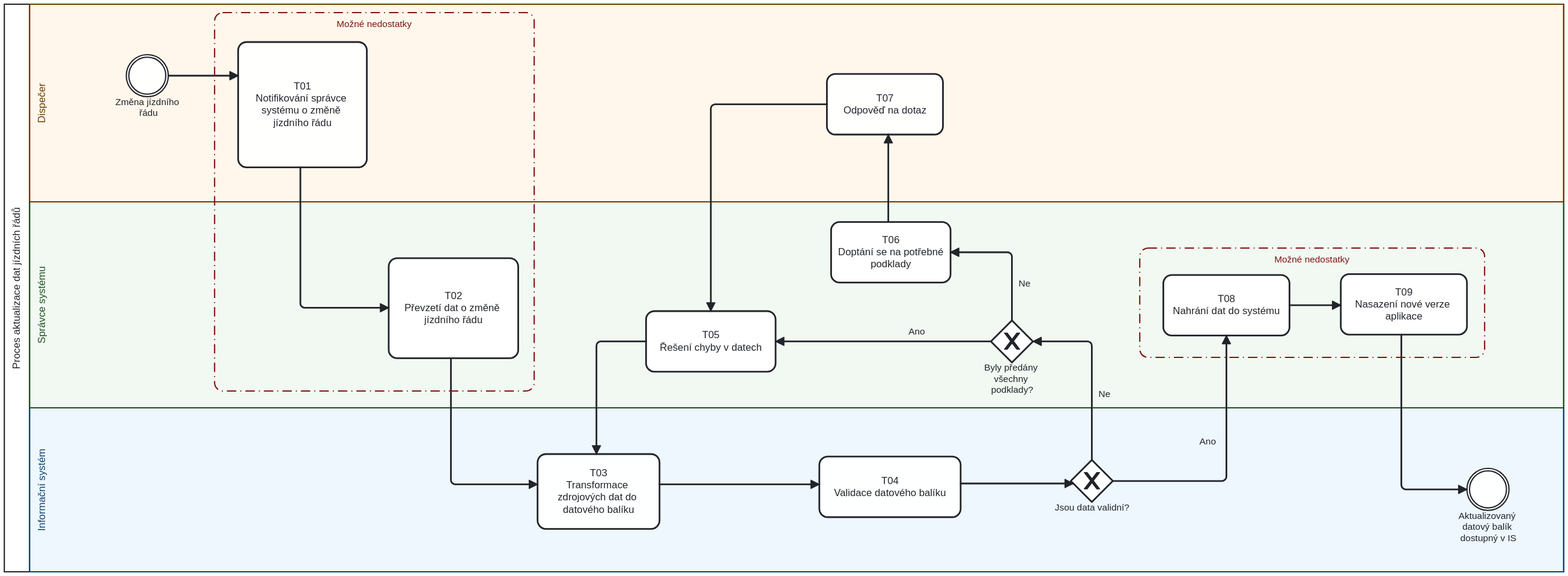
Before: images/Pr1 Aktualizace dat jízdních řádů.svg, a diagram exported from BPMN (StrangerTwo/bachelor-thesis). Its source is kept beside it as images/Pr1 Aktualizace dat jízdních řádů.bpmn. Ids are renumbered.
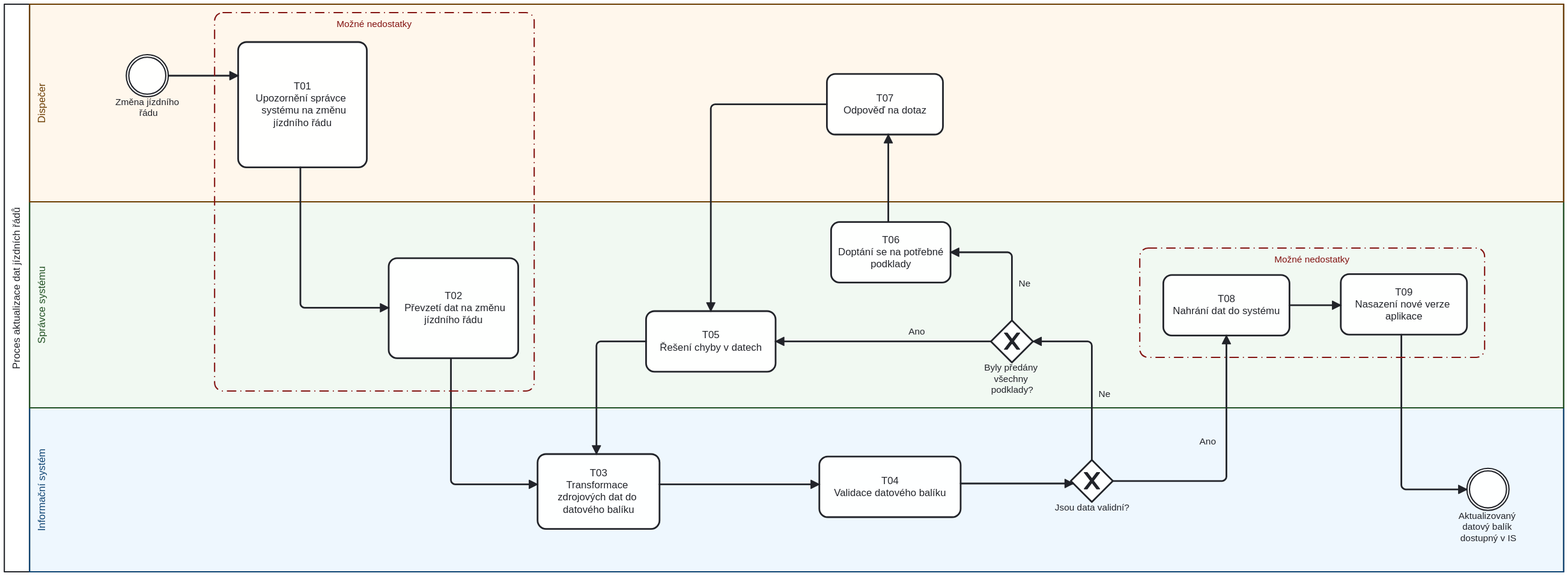
After the commit.

Change to the diagram source:
```diff
@@ -1,5 +1,14 @@
-<definitions xmlns="http://www.omg.org/spec/BPMN/20100524/MODEL" xmlns:bpmndi="http://www.omg.org/spec/BPMN/20100524/DI" xmlns:di="http://www.omg.org/spec/DD/20100524/DI" xmlns:dc="http://www.omg.org/spec/DD/20100524/DC" xmlns:bioc="http://bpmn.io/schema/bpmn/biocolor/1.0" xmlns:color="http://www.omg.org/spec/BPMN/non-normative/color/1.0" id="Definitions_Online_Order_Fulfillment" targetNamespace="http://example.com/bpmn" exporter="bpmn-js (https://demo.bpmn.io)" exporterVersion="18.13.1">
+<definitions xmlns="http://www.omg.org/spec/BPMN/20100524/MODEL"
+  xmlns:bpmndi="http://www.omg.org/spec/BPMN/20100524/DI"
+  xmlns:di="http://www.omg.org/spec/DD/20100524/DI"
+  xmlns:dc="http://www.omg.org/spec/DD/20100524/DC"
+  xmlns:bioc="http://bpmn.io/schema/bpmn/biocolor/1.0"
+  xmlns:color="http://www.omg.org/spec/BPMN/non-normative/color/1.0"
+  id="Definitions_Online_Order_Fulfillment" targetNamespace="http://example.com/bpmn"
+  exporter="bpmn-js (https://demo.bpmn.io)" exporterVersion="18.13.1">
   <message id="Message_Online_Order_Fulfillment" name="Online Order Fulfillment" />
   <collaboration id="Collaboration_Online_Order_Fulfillment">
-    <participant id="Participant_Proces_aktualizace_dat_j_zdn_ch___d_" name="Proces aktualizace dat jízdních řádů" processRef="Process_Proces_aktualizace_dat_j_zdn_ch___d_" />
+    <participant id="Participant_Proces_aktualizace_dat_j_zdn_ch___d_"
+      name="Proces aktualizace dat jízdních řádů"
+      processRef="Process_Proces_aktualizace_dat_j_zdn_ch___d_" />
     <group id="Group_n1" categoryValueRef="CategoryValue_n2" />
@@ -30,19 +39,46 @@
     <intermediateCatchEvent id="Zm_na_j_zdn_ho___du" name="Změna jízdního řádu" />
-    <sequenceFlow id="Flow_rel-Zm_na_j_zdn_ho___du-Informov_n__spr_vce_syst_mu_o_zm_n__j_zdn_ch___d_-forward" sourceRef="Zm_na_j_zdn_ho___du" targetRef="Informov_n__spr_vce_syst_mu_o_zm_n__j_zdn_ch___d_" />
-    <sequenceFlow id="Flow_rel-Informov_n__spr_vce_syst_mu_o_zm_n__j_zdn_ch___d_-P_evzet__informace_o_zm_n__j_zdn_ho___du-forward" sourceRef="Informov_n__spr_vce_syst_mu_o_zm_n__j_zdn_ch___d_" targetRef="P_evzet__informace_o_zm_n__j_zdn_ho___du" />
-    <sequenceFlow id="Flow_rel-P_evzet__informace_o_zm_n__j_zdn_ho___du-Transformace_zdrojov_ch_dat_j_zdn_ho___du-forward" sourceRef="P_evzet__informace_o_zm_n__j_zdn_ho___du" targetRef="Transformace_zdrojov_ch_dat_j_zdn_ho___du" />
-    <sequenceFlow id="Flow_rel-Transformace_zdrojov_ch_dat_j_zdn_ho___du-Validace_transformovan_ch_dat-forward" sourceRef="Transformace_zdrojov_ch_dat_j_zdn_ho___du" targetRef="Validace_transformovan_ch_dat" />
-    <sequenceFlow id="Flow_rel-Validace_transformovan_ch_dat-Jsou_data_validn__-forward" sourceRef="Validace_transformovan_ch_dat" targetRef="Jsou_data_validn__" />
-    <sequenceFlow id="Flow_rel-Jsou_data_validn__-Ru_n__kontrola_v_stupn_ch_dat-forward-Ano" name="Ano" sourceRef="Jsou_data_validn__" targetRef="Nahr_n__dat_do_syst_mu" />
-    <sequenceFlow id="Flow_rel-Nahr_n__dat_do_syst_mu-Nasazen__nov__verze_aplikace-forward" sourceRef="Nahr_n__dat_do_syst_mu" targetRef="Nasazen__nov__verze_aplikace" />
-    <sequenceFlow id="Flow_rel-Nasazen__nov__verze_aplikace-Aktualizovan__data_j_zdn_ch___d__dostupn__v_IS-forward" sourceRef="Nasazen__nov__verze_aplikace" targetRef="Aktualizovan__data_j_zdn_ch___d__dostupn__v_IS" />
-    <sequenceFlow id="Flow_rel-Jsou_data_validn__-Byli_p_ed_ny_v_echny_informace_-forward-Ne" name="Ne" sourceRef="Jsou_data_validn__" targetRef="Byli_p_ed_ny_v_echny_informace_" />
-    <sequenceFlow id="Flow_rel-_e_en__chyby_v_datech-Transformace_zdrojov_ch_dat_j_zdn_ho___du-forward" sourceRef="ID__e_en__chyby_v_datech" targetRef="Transformace_zdrojov_ch_dat_j_zdn_ho___du" />
-    <sequenceFlow id="Flow_rel-Byli_p_ed_ny_v_echny_informace_-_e_en__chyby_v_datech-forward-Ano" name="Ano" sourceRef="Byli_p_ed_ny_v_echny_informace_" targetRef="ID__e_en__chyby_v_datech" />
-    <sequenceFlow id="Flow_rel-Byli_p_ed_ny_v_echny_informace_-Dopt_n__se_na_informace-forward-Ne" name="Ne" sourceRef="Byli_p_ed_ny_v_echny_informace_" targetRef="Dopt_n__se_na_informace" />
-    <sequenceFlow id="Flow_rel-Dopt_n__se_na_informace-Odpov___na_dotaz-forward" sourceRef="Dopt_n__se_na_informace" targetRef="Odpov___na_dotaz" />
-    <sequenceFlow id="Flow_rel-Odpov___na_dotaz-_e_en__chyby_v_datech-forward" sourceRef="Odpov___na_dotaz" targetRef="ID__e_en__chyby_v_datech" />
-    <task id="Informov_n__spr_vce_syst_mu_o_zm_n__j_zdn_ch___d_" name="T01&#10;Notifikování správce systému o změně jízdního řádu" />
-    <task id="P_evzet__informace_o_zm_n__j_zdn_ho___du" name="T02&#10;Převzetí dat o změně jízdního řádu" />
-    <task id="Transformace_zdrojov_ch_dat_j_zdn_ho___du" name="T03&#10;Transformace zdrojových dat do datového balíku" />
+    <sequenceFlow
+      id="Flow_rel-Zm_na_j_zdn_ho___du-Informov_n__spr_vce_syst_mu_o_zm_n__j_zdn_ch___d_-forward"
+      sourceRef="Zm_na_j_zdn_ho___du" targetRef="Informov_n__spr_vce_syst_mu_o_zm_n__j_zdn_ch___d_" />
+    <sequenceFlow
+      id="Flow_rel-Informov_n__spr_vce_syst_mu_o_zm_n__j_zdn_ch___d_-P_evzet__informace_o_zm_n__j_zdn_ho___du-forward"
+      sourceRef="Informov_n__spr_vce_syst_mu_o_zm_n__j_zdn_ch___d_"
+      targetRef="P_evzet__informace_o_zm_n__j_zdn_ho___du" />
+    <sequenceFlow
+      id="Flow_rel-P_evzet__informace_o_zm_n__j_zdn_ho___du-Transformace_zdrojov_ch_dat_j_zdn_ho___du-forward"
+      sourceRef="P_evzet__informace_o_zm_n__j_zdn_ho___du"
+      targetRef="Transformace_zdrojov_ch_dat_j_zdn_ho___du" />
+    <sequenceFlow
+      id="Flow_rel-Transformace_zdrojov_ch_dat_j_zdn_ho___du-Validace_transformovan_ch_dat-forward"
+      sourceRef="Transformace_zdrojov_ch_dat_j_zdn_ho___du"
+      targetRef="Validace_transformovan_ch_dat" />
+    <sequenceFlow id="Flow_rel-Validace_transformovan_ch_dat-Jsou_data_validn__-forward"
+      sourceRef="Validace_transformovan_ch_dat" targetRef="Jsou_data_validn__" />
+    <sequenceFlow id="Flow_rel-Jsou_data_validn__-Ru_n__kontrola_v_stupn_ch_dat-forward-Ano"
+      name="Ano" sourceRef="Jsou_data_validn__" targetRef="Nahr_n__dat_do_syst_mu" />
+    <sequenceFlow id="Flow_rel-Nahr_n__dat_do_syst_mu-Nasazen__nov__verze_aplikace-forward"
+      sourceRef="Nahr_n__dat_do_syst_mu" targetRef="Nasazen__nov__verze_aplikace" />
+    <sequenceFlow
+      id="Flow_rel-Nasazen__nov__verze_aplikace-Aktualizovan__data_j_zdn_ch___d__dostupn__v_IS-forward"
+      sourceRef="Nasazen__nov__verze_aplikace"
+      targetRef="Aktualizovan__data_j_zdn_ch___d__dostupn__v_IS" />
+    <sequenceFlow id="Flow_rel-Jsou_data_validn__-Byli_p_ed_ny_v_echny_informace_-forward-Ne"
+      name="Ne" sourceRef="Jsou_data_validn__" targetRef="Byli_p_ed_ny_v_echny_informace_" />
+    <sequenceFlow
+      id="Flow_rel-_e_en__chyby_v_datech-Transformace_zdrojov_ch_dat_j_zdn_ho___du-forward"
+      sourceRef="ID__e_en__chyby_v_datech" targetRef="Transformace_zdrojov_ch_dat_j_zdn_ho___du" />
+    <sequenceFlow id="Flow_rel-Byli_p_ed_ny_v_echny_informace_-_e_en__chyby_v_datech-forward-Ano"
+      name="Ano" sourceRef="Byli_p_ed_ny_v_echny_informace_" targetRef="ID__e_en__chyby_v_datech" />
+    <sequenceFlow id="Flow_rel-Byli_p_ed_ny_v_echny_informace_-Dopt_n__se_na_informace-forward-Ne"
+      name="Ne" sourceRef="Byli_p_ed_ny_v_echny_informace_" targetRef="Dopt_n__se_na_informace" />
+    <sequenceFlow id="Flow_rel-Dopt_n__se_na_informace-Odpov___na_dotaz-forward"
+      sourceRef="Dopt_n__se_na_informace" targetRef="Odpov___na_dotaz" />
+    <sequenceFlow id="Flow_rel-Odpov___na_dotaz-_e_en__chyby_v_datech-forward"
+      sourceRef="Odpov___na_dotaz" targetRef="ID__e_en__chyby_v_datech" />
+    <task id="Informov_n__spr_vce_syst_mu_o_zm_n__j_zdn_ch___d_"
+      name="T01&#10;Upozornění správce systému na změnu jízdního řádu" />
+    <task id="P_evzet__informace_o_zm_n__j_zdn_ho___du"
+      name="T02&#10;Převzetí dat na změnu jízdního řádu" />
+    <task id="Transformace_zdrojov_ch_dat_j_zdn_ho___du"
+      name="T03&#10;Transformace zdrojových dat do datového balíku" />
     <task id="ID__e_en__chyby_v_datech" name="T05&#10;Řešení chyby v datech" />
@@ -56,3 +92,4 @@
     <task id="Nasazen__nov__verze_aplikace" name="T09&#10;Nasazení nové verze aplikace" />
-    <intermediateCatchEvent id="Aktualizovan__data_j_zdn_ch___d__dostupn__v_IS" name="Aktualizovaný datový balík dostupný v IS" />
+    <intermediateCatchEvent id="Aktualizovan__data_j_zdn_ch___d__dostupn__v_IS"
+      name="Aktualizovaný datový balík dostupný v IS" />
     <task id="Validace_transformovan_ch_dat" name="T04&#10;Validace datového balíku" />
@@ -67,3 +104,4 @@
     <bpmndi:BPMNPlane id="BPMNPlane_1" bpmnElement="Collaboration_Online_Order_Fulfillment">
-      <bpmndi:BPMNShape id="Participant_Proces_aktualizace_dat_j_zdn_ch___d__di" bpmnElement="Participant_Proces_aktualizace_dat_j_zdn_ch___d_" isHorizontal="true">
+      <bpmndi:BPMNShape id="Participant_Proces_aktualizace_dat_j_zdn_ch___d__di"
+        bpmnElement="Participant_Proces_aktualizace_dat_j_zdn_ch___d_" isHorizontal="true">
         <dc:Bounds x="130" y="60" width="1854" height="675" />
@@ -71,9 +109,15 @@
       </bpmndi:BPMNShape>
-      <bpmndi:BPMNShape id="LaneShape_Informa_n__syst_m" bpmnElement="Lane_Informa_n__syst_m" isHorizontal="true" bioc:stroke="#0d4372" bioc:fill="#bbdefb" color:background-color="#bbdefb" color:border-color="#0d4372">
+      <bpmndi:BPMNShape id="LaneShape_Informa_n__syst_m" bpmnElement="Lane_Informa_n__syst_m"
+        isHorizontal="true" bioc:stroke="#0d4372" bioc:fill="#bbdefb"
+        color:background-color="#bbdefb" color:border-color="#0d4372">
         <dc:Bounds x="160" y="540" width="1824" height="195" />
       </bpmndi:BPMNShape>
-      <bpmndi:BPMNShape id="LaneShape_Spr_vce_syst_mu" bpmnElement="Lane_Spr_vce_syst_mu" isHorizontal="true" bioc:stroke="#205022" bioc:fill="#c8e6c9" color:background-color="#c8e6c9" color:border-color="#205022">
+      <bpmndi:BPMNShape id="LaneShape_Spr_vce_syst_mu" bpmnElement="Lane_Spr_vce_syst_mu"
+        isHorizontal="true" bioc:stroke="#205022" bioc:fill="#c8e6c9"
+        color:background-color="#c8e6c9" color:border-color="#205022">
         <dc:Bounds x="160" y="295" width="1824" height="245" />
       </bpmndi:BPMNShape>
-      <bpmndi:BPMNShape id="LaneShape_Dopravce" bpmnElement="Lane_Dopravce" isHorizontal="true" bioc:stroke="#6b3c00" bioc:fill="#ffe0b2" color:background-color="#ffe0b2" color:border-color="#6b3c00">
+      <bpmndi:BPMNShape id="LaneShape_Dopravce" bpmnElement="Lane_Dopravce" isHorizontal="true"
+        bioc:stroke="#6b3c00" bioc:fill="#ffe0b2" color:background-color="#ffe0b2"
+        color:border-color="#6b3c00">
         <dc:Bounds x="160" y="60" width="1824" height="235" />
@@ -87,3 +131,4 @@
       </bpmndi:BPMNShape>
-      <bpmndi:BPMNShape id="Shape_Informov_n__spr_vce_syst_mu_o_zm_n__j_zdn_ch___d_" bpmnElement="Informov_n__spr_vce_syst_mu_o_zm_n__j_zdn_ch___d_">
+      <bpmndi:BPMNShape id="Shape_Informov_n__spr_vce_syst_mu_o_zm_n__j_zdn_ch___d_"
+        bpmnElement="Informov_n__spr_vce_syst_mu_o_zm_n__j_zdn_ch___d_">
         <dc:Bounds x="408" y="105" width="153" height="149" />
@@ -91,3 +136,4 @@
       </bpmndi:BPMNShape>
-      <bpmndi:BPMNShape id="Shape_P_evzet__informace_o_zm_n__j_zdn_ho___du" bpmnElement="P_evzet__informace_o_zm_n__j_zdn_ho___du">
+      <bpmndi:BPMNShape id="Shape_P_evzet__informace_o_zm_n__j_zdn_ho___du"
+        bpmnElement="P_evzet__informace_o_zm_n__j_zdn_ho___du">
         <dc:Bounds x="587" y="362" width="154" height="119" />
@@ -95,3 +141,4 @@
       </bpmndi:BPMNShape>
-      <bpmndi:BPMNShape id="Shape_Transformace_zdrojov_ch_dat_j_zdn_ho___du" bpmnElement="Transformace_zdrojov_ch_dat_j_zdn_ho___du">
+      <bpmndi:BPMNShape id="Shape_Transformace_zdrojov_ch_dat_j_zdn_ho___du"
+        bpmnElement="Transformace_zdrojov_ch_dat_j_zdn_ho___du">
         <dc:Bounds x="764" y="595" width="145" height="89" />
@@ -111,3 +158,4 @@
       </bpmndi:BPMNShape>
-      <bpmndi:BPMNShape id="Shape_Byli_p_ed_ny_v_echny_informace_" bpmnElement="Byli_p_ed_ny_v_echny_informace_" isMarkerVisible="true">
+      <bpmndi:BPMNShape id="Shape_Byli_p_ed_ny_v_echny_informace_"
+        bpmnElement="Byli_p_ed_ny_v_echny_informace_" isMarkerVisible="true">
         <dc:Bounds x="1303" y="436" width="50" height="50" />
@@ -117,3 +165,4 @@
       </bpmndi:BPMNShape>
-      <bpmndi:BPMNShape id="Shape_Jsou_data_validn__" bpmnElement="Jsou_data_validn__" isMarkerVisible="true">
+      <bpmndi:BPMNShape id="Shape_Jsou_data_validn__" bpmnElement="Jsou_data_validn__"
+        isMarkerVisible="true">
         <dc:Bounds x="1398" y="602" width="50" height="50" />
@@ -127,3 +176,4 @@
       </bpmndi:BPMNShape>
-      <bpmndi:BPMNShape id="Shape_Nasazen__nov__verze_aplikace" bpmnElement="Nasazen__nov__verze_aplikace">
+      <bpmndi:BPMNShape id="Shape_Nasazen__nov__verze_aplikace"
+        bpmnElement="Nasazen__nov__verze_aplikace">
         <dc:Bounds x="1719" y="381" width="150" height="72" />
@@ -131,3 +181,4 @@
       </bpmndi:BPMNShape>
-      <bpmndi:BPMNShape id="Shape_Aktualizovan__data_j_zdn_ch___d__dostupn__v_IS" bpmnElement="Aktualizovan__data_j_zdn_ch___d__dostupn__v_IS">
+      <bpmndi:BPMNShape id="Shape_Aktualizovan__data_j_zdn_ch___d__dostupn__v_IS"
+        bpmnElement="Aktualizovan__data_j_zdn_ch___d__dostupn__v_IS">
         <dc:Bounds x="1869" y="612" width="50" height="50" />
@@ -137,3 +188,4 @@
       </bpmndi:BPMNShape>
-      <bpmndi:BPMNShape id="Shape_Validace_transformovan_ch_dat" bpmnElement="Validace_transformovan_ch_dat">
+      <bpmndi:BPMNShape id="Shape_Validace_transformovan_ch_dat"
+        bpmnElement="Validace_transformovan_ch_dat">
         <dc:Bounds x="1099" y="598" width="168" height="72" />
@@ -141,3 +193,5 @@
       </bpmndi:BPMNShape>
-      <bpmndi:BPMNEdge id="Edge_Flow_rel-Zm_na_j_zdn_ho___du-Informov_n__spr_vce_syst_mu_o_zm_n__j_zdn_ch___d_-forward" bpmnElement="Flow_rel-Zm_na_j_zdn_ho___du-Informov_n__spr_vce_syst_mu_o_zm_n__j_zdn_ch___d_-forward">
+      <bpmndi:BPMNEdge
+        id="Edge_Flow_rel-Zm_na_j_zdn_ho___du-Informov_n__spr_vce_syst_mu_o_zm_n__j_zdn_ch___d_-forward"
+        bpmnElement="Flow_rel-Zm_na_j_zdn_ho___du-Informov_n__spr_vce_syst_mu_o_zm_n__j_zdn_ch___d_-forward">
         <di:waypoint x="325" y="145" />
@@ -145,3 +199,5 @@
       </bpmndi:BPMNEdge>
-      <bpmndi:BPMNEdge id="Edge_Flow_rel-Informov_n__spr_vce_syst_mu_o_zm_n__j_zdn_ch___d_-P_evzet__informace_o_zm_n__j_zdn_ho___du-forward" bpmnElement="Flow_rel-Informov_n__spr_vce_syst_mu_o_zm_n__j_zdn_ch___d_-P_evzet__informace_o_zm_n__j_zdn_ho___du-forward">
+      <bpmndi:BPMNEdge
+        id="Edge_Flow_rel-Informov_n__spr_vce_syst_mu_o_zm_n__j_zdn_ch___d_-P_evzet__informace_o_zm_n__j_zdn_ho___du-forward"
+        bpmnElement="Flow_rel-Informov_n__spr_vce_syst_mu_o_zm_n__j_zdn_ch___d_-P_evzet__informace_o_zm_n__j_zdn_ho___du-forward">
         <di:waypoint x="482" y="254" />
@@ -150,3 +206,5 @@
       </bpmndi:BPMNEdge>
-      <bpmndi:BPMNEdge id="Edge_Flow_rel-P_evzet__informace_o_zm_n__j_zdn_ho___du-Transformace_zdrojov_ch_dat_j_zdn_ho___du-forward" bpmnElement="Flow_rel-P_evzet__informace_o_zm_n__j_zdn_ho___du-Transformace_zdrojov_ch_dat_j_zdn_ho___du-forward">
+      <bpmndi:BPMNEdge
+        id="Edge_Flow_rel-P_evzet__informace_o_zm_n__j_zdn_ho___du-Transformace_zdrojov_ch_dat_j_zdn_ho___du-forward"
+        bpmnElement="Flow_rel-P_evzet__informace_o_zm_n__j_zdn_ho___du-Transformace_zdrojov_ch_dat_j_zdn_ho___du-forward">
         <di:waypoint x="661" y="481" />
@@ -155,3 +213,5 @@
       </bpmndi:BPMNEdge>
-      <bpmndi:BPMNEdge id="Edge_Flow_rel-Transformace_zdrojov_ch_dat_j_zdn_ho___du-Validace_transformovan_ch_dat-forward" bpmnElement="Flow_rel-Transformace_zdrojov_ch_dat_j_zdn_ho___du-Validace_transformovan_ch_dat-forward">
+      <bpmndi:BPMNEdge
+        id="Edge_Flow_rel-Transformace_zdrojov_ch_dat_j_zdn_ho___du-Validace_transformovan_ch_dat-forward"
+        bpmnElement="Flow_rel-Transformace_zdrojov_ch_dat_j_zdn_ho___du-Validace_transformovan_ch_dat-forward">
         <di:waypoint x="909" y="631" />
@@ -159,3 +219,4 @@
       </bpmndi:BPMNEdge>
-      <bpmndi:BPMNEdge id="Edge_Flow_rel-Validace_transformovan_ch_dat-Jsou_data_validn__-forward" bpmnElement="Flow_rel-Validace_transformovan_ch_dat-Jsou_data_validn__-forward">
+      <bpmndi:BPMNEdge id="Edge_Flow_rel-Validace_transformovan_ch_dat-Jsou_data_validn__-forward"
+        bpmnElement="Flow_rel-Validace_transformovan_ch_dat-Jsou_data_validn__-forward">
         <di:waypoint x="1267" y="630" />
@@ -163,3 +224,5 @@
       </bpmndi:BPMNEdge>
-      <bpmndi:BPMNEdge id="Edge_Flow_rel-Jsou_data_validn__-Ru_n__kontrola_v_stupn_ch_dat-forward-Ano" bpmnElement="Flow_rel-Jsou_data_validn__-Ru_n__kontrola_v_stupn_ch_dat-forward-Ano">
+      <bpmndi:BPMNEdge
+        id="Edge_Flow_rel-Jsou_data_validn__-Ru_n__kontrola_v_stupn_ch_dat-forward-Ano"
+        bpmnElement="Flow_rel-Jsou_data_validn__-Ru_n__kontrola_v_stupn_ch_dat-forward-Ano">
         <di:waypoint x="1448" y="627" />
@@ -171,3 +234,5 @@
       </bpmndi:BPMNEdge>
-      <bpmndi:BPMNEdge id="Edge_Flow_rel-Nahr_n__dat_do_syst_mu-Nasazen__nov__verze_aplikace-forward" bpmnElement="Flow_rel-Nahr_n__dat_do_syst_mu-Nasazen__nov__verze_aplikace-forward">
+      <bpmndi:BPMNEdge
+        id="Edge_Flow_rel-Nahr_n__dat_do_syst_mu-Nasazen__nov__verze_aplikace-forward"
+        bpmnElement="Flow_rel-Nahr_n__dat_do_syst_mu-Nasazen__nov__verze_aplikace-forward">
         <di:waypoint x="1658" y="418" />
@@ -175,3 +240,5 @@
       </bpmndi:BPMNEdge>
-      <bpmndi:BPMNEdge id="Edge_Flow_rel-Nasazen__nov__verze_aplikace-Aktualizovan__data_j_zdn_ch___d__dostupn__v_IS-forward" bpmnElement="Flow_rel-Nasazen__nov__verze_aplikace-Aktualizovan__data_j_zdn_ch___d__dostupn__v_IS-forward">
+      <bpmndi:BPMNEdge
+        id="Edge_Flow_rel-Nasazen__nov__verze_aplikace-Aktualizovan__data_j_zdn_ch___d__dostupn__v_IS-forward"
+        bpmnElement="Flow_rel-Nasazen__nov__verze_aplikace-Aktualizovan__data_j_zdn_ch___d__dostupn__v_IS-forward">
         <di:waypoint x="1791" y="453" />
@@ -180,3 +247,5 @@
       </bpmndi:BPMNEdge>
-      <bpmndi:BPMNEdge id="Edge_Flow_rel-Jsou_data_validn__-Byli_p_ed_ny_v_echny_informace_-forward-Ne" bpmnElement="Flow_rel-Jsou_data_validn__-Byli_p_ed_ny_v_echny_informace_-forward-Ne">
+      <bpmndi:BPMNEdge
+        id="Edge_Flow_rel-Jsou_data_validn__-Byli_p_ed_ny_v_echny_informace_-forward-Ne"
+        bpmnElement="Flow_rel-Jsou_data_validn__-Byli_p_ed_ny_v_echny_informace_-forward-Ne">
         <di:waypoint x="1423" y="602" />
@@ -188,3 +257,5 @@
       </bpmndi:BPMNEdge>
-      <bpmndi:BPMNEdge id="Edge_Flow_rel-_e_en__chyby_v_datech-Transformace_zdrojov_ch_dat_j_zdn_ho___du-forward" bpmnElement="Flow_rel-_e_en__chyby_v_datech-Transformace_zdrojov_ch_dat_j_zdn_ho___du-forward">
+      <bpmndi:BPMNEdge
+        id="Edge_Flow_rel-_e_en__chyby_v_datech-Transformace_zdrojov_ch_dat_j_zdn_ho___du-forward"
+        bpmnElement="Flow_rel-_e_en__chyby_v_datech-Transformace_zdrojov_ch_dat_j_zdn_ho___du-forward">
         <di:waypoint x="893" y="461" />
@@ -193,3 +264,5 @@
       </bpmndi:BPMNEdge>
-      <bpmndi:BPMNEdge id="Edge_Flow_rel-Byli_p_ed_ny_v_echny_informace_-_e_en__chyby_v_datech-forward-Ano" bpmnElement="Flow_rel-Byli_p_ed_ny_v_echny_informace_-_e_en__chyby_v_datech-forward-Ano">
+      <bpmndi:BPMNEdge
+        id="Edge_Flow_rel-Byli_p_ed_ny_v_echny_informace_-_e_en__chyby_v_datech-forward-Ano"
+        bpmnElement="Flow_rel-Byli_p_ed_ny_v_echny_informace_-_e_en__chyby_v_datech-forward-Ano">
         <di:waypoint x="1303" y="461" />
@@ -200,3 +273,5 @@
       </bpmndi:BPMNEdge>
-      <bpmndi:BPMNEdge id="Edge_Flow_rel-Byli_p_ed_ny_v_echny_informace_-Dopt_n__se_na_informace-forward-Ne" bpmnElement="Flow_rel-Byli_p_ed_ny_v_echny_informace_-Dopt_n__se_na_informace-forward-Ne">
+      <bpmndi:BPMNEdge
+        id="Edge_Flow_rel-Byli_p_ed_ny_v_echny_informace_-Dopt_n__se_na_informace-forward-Ne"
+        bpmnElement="Flow_rel-Byli_p_ed_ny_v_echny_informace_-Dopt_n__se_na_informace-forward-Ne">
         <di:waypoint x="1328" y="436" />
@@ -208,3 +283,4 @@
       </bpmndi:BPMNEdge>
-      <bpmndi:BPMNEdge id="Edge_Flow_rel-Dopt_n__se_na_informace-Odpov___na_dotaz-forward" bpmnElement="Flow_rel-Dopt_n__se_na_informace-Odpov___na_dotaz-forward">
+      <bpmndi:BPMNEdge id="Edge_Flow_rel-Dopt_n__se_na_informace-Odpov___na_dotaz-forward"
+        bpmnElement="Flow_rel-Dopt_n__se_na_informace-Odpov___na_dotaz-forward">
         <di:waypoint x="1181" y="319" />
@@ -212,3 +288,4 @@
       </bpmndi:BPMNEdge>
-      <bpmndi:BPMNEdge id="Edge_Flow_rel-Odpov___na_dotaz-_e_en__chyby_v_datech-forward" bpmnElement="Flow_rel-Odpov___na_dotaz-_e_en__chyby_v_datech-forward">
+      <bpmndi:BPMNEdge id="Edge_Flow_rel-Odpov___na_dotaz-_e_en__chyby_v_datech-forward"
+        bpmnElement="Flow_rel-Odpov___na_dotaz-_e_en__chyby_v_datech-forward">
         <di:waypoint x="1108" y="179" />
@@ -217,3 +294,4 @@
       </bpmndi:BPMNEdge>
-      <bpmndi:BPMNShape id="Group_n1_di" bpmnElement="Group_n1" bioc:stroke="#831311" bioc:fill="#ffcdd2" color:background-color="#ffcdd2" color:border-color="#831311">
+      <bpmndi:BPMNShape id="Group_n1_di" bpmnElement="Group_n1" bioc:stroke="#831311"
+        bioc:fill="#ffcdd2" color:background-color="#ffcdd2" color:border-color="#831311">
         <dc:Bounds x="1480" y="350" width="410" height="130" />
@@ -223,3 +301,4 @@
       </bpmndi:BPMNShape>
-      <bpmndi:BPMNShape id="BPMNShape_n7" bpmnElement="Group_n3" bioc:stroke="#831311" bioc:fill="#ffcdd2" color:background-color="#ffcdd2" color:border-color="#831311">
+      <bpmndi:BPMNShape id="BPMNShape_n7" bpmnElement="Group_n3" bioc:stroke="#831311"
+        bioc:fill="#ffcdd2" color:background-color="#ffcdd2" color:border-color="#831311">
         <dc:Bounds x="380" y="70" width="380" height="450" />
```
